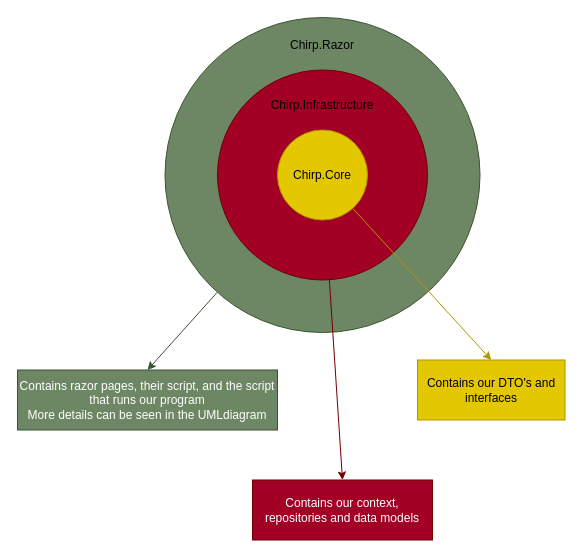
The draw.io diagram Docs/Images/OnionArchitectureDiagram.drawio in ITU-BDSA23-GROUP4/Chirp, before the edit. Source tidied: cells renumbered, new cells numbered last; positions are measured from the earlier drawing's top-left corner, leaving out a move shared by most shapes. Both pictures are drawn from the tidied source at 100%, with x=0, y=0 at pixel (17, 17).
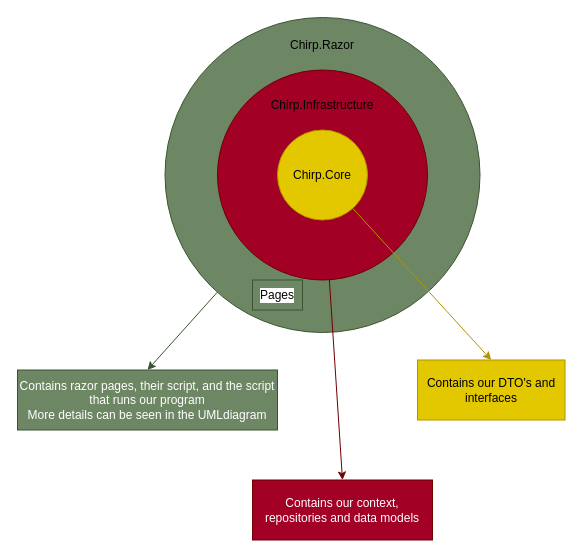
The same page after the edit.

Change to the diagram source:
```diff
@@
 <mxGraphModel>
   <root>
     <mxCell id="0" />
     <mxCell id="1" parent="0" />
     <mxCell id="2" style="edgeStyle=none;html=1;entryX=0.5;entryY=0;entryDx=0;entryDy=0;fillColor=#6d8764;strokeColor=#3A5431;" parent="1" edge="1" source="3" target="10">
       <mxGeometry relative="1" as="geometry" />
     </mxCell>
     <mxCell id="3" style="ellipse;whiteSpace=wrap;html=1;fillColor=#6d8764;fontColor=#ffffff;strokeColor=#3A5431;" parent="1" vertex="1">
       <mxGeometry x="147.5" width="315" height="315" as="geometry" />
     </mxCell>
     <mxCell id="4" style="edgeStyle=none;html=1;entryX=0.5;entryY=0;entryDx=0;entryDy=0;fillColor=#a20025;strokeColor=#6F0000;" parent="1" edge="1" source="5" target="11">
       <mxGeometry relative="1" as="geometry" />
     </mxCell>
     <mxCell id="5" style="ellipse;whiteSpace=wrap;html=1;fillColor=#a20025;fontColor=#ffffff;strokeColor=#6F0000;" parent="1" vertex="1">
       <mxGeometry x="200" y="52.5" width="210" height="210" as="geometry" />
     </mxCell>
     <mxCell id="6" style="edgeStyle=none;html=1;entryX=0.5;entryY=0;entryDx=0;entryDy=0;fillColor=#e3c800;strokeColor=#B09500;" parent="1" edge="1" source="7" target="12">
       <mxGeometry relative="1" as="geometry" />
     </mxCell>
     <mxCell id="7" value="Chirp.Core" style="ellipse;whiteSpace=wrap;html=1;fillColor=#e3c800;fontColor=#000000;strokeColor=#B09500;" parent="1" vertex="1">
       <mxGeometry x="260" y="112.5" width="90" height="90" as="geometry" />
     </mxCell>
     <mxCell id="8" value="Chirp.Infrastructure" style="text;html=1;strokeColor=none;fillColor=none;align=center;verticalAlign=middle;whiteSpace=wrap;rounded=0;" parent="1" vertex="1">
       <mxGeometry x="275" y="72.5" width="60" height="30" as="geometry" />
     </mxCell>
     <mxCell id="9" value="Chirp.Razor" style="text;html=1;strokeColor=none;fillColor=none;align=center;verticalAlign=middle;whiteSpace=wrap;rounded=0;" parent="1" vertex="1">
       <mxGeometry x="275" y="12.5" width="60" height="30" as="geometry" />
     </mxCell>
     <mxCell id="10" value="Contains razor pages, their script, and the script that runs our program&lt;br&gt;More details can be seen in the UMLdiagram" style="rounded=0;whiteSpace=wrap;html=1;fillColor=#6d8764;fontColor=#ffffff;strokeColor=#3A5431;" parent="1" vertex="1">
       <mxGeometry y="352.5" width="260" height="60" as="geometry" />
     </mxCell>
     <mxCell id="11" value="Contains our context, repositories and data models" style="rounded=0;whiteSpace=wrap;html=1;fillColor=#a20025;fontColor=#ffffff;strokeColor=#6F0000;" parent="1" vertex="1">
       <mxGeometry x="235" y="462.5" width="180" height="60" as="geometry" />
     </mxCell>
     <mxCell id="12" value="Contains our DTO's and interfaces" style="rounded=0;whiteSpace=wrap;html=1;fillColor=#e3c800;fontColor=#000000;strokeColor=#B09500;" parent="1" vertex="1">
       <mxGeometry x="400" y="342.5" width="147.5" height="60" as="geometry" />
     </mxCell>
+    <mxCell id="13" value="&lt;font style=&quot;&quot; color=&quot;#030303&quot;&gt;Pages&lt;/font&gt;" style="rounded=0;whiteSpace=wrap;html=1;labelBackgroundColor=#FFFFFF;strokeColor=#3A5431;fontColor=#ffffff;fillColor=#6d8764;" parent="1" vertex="1">
+      <mxGeometry x="235" y="262.5" width="50" height="30" as="geometry" />
+    </mxCell>
   </root>
 </mxGraphModel>
```
